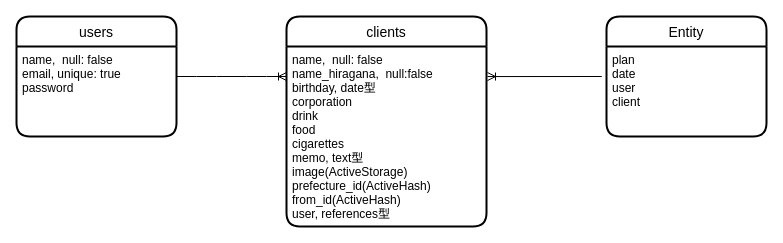
This is config/cmt.dio from lavie666/cmt_35232, a draw.io file, before an edit. Source tidied: cells renumbered, new cells numbered last; positions are measured from the earlier drawing's top-left corner, leaving out a move shared by most shapes. Both pictures are drawn from the tidied source at 100%, with x=0, y=0 at pixel (16, 16).
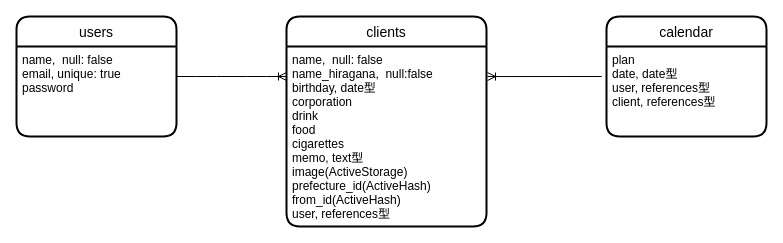
The same page after the edit.

The edit, as a diff of the source:
```diff
@@
 <mxGraphModel>
   <root>
     <mxCell id="0" />
     <mxCell id="1" parent="0" />
     <mxCell id="2" value="users" style="swimlane;horizontal=1;startSize=30;rounded=1;fontSize=14;fontStyle=0;strokeWidth=2;shadow=0;dashed=0;align=center;" parent="1" vertex="1">
       <mxGeometry width="160" height="120" as="geometry" />
     </mxCell>
     <mxCell id="3" value="name,  null: false&#10;email, unique: true&#10;password" style="align=left;strokeColor=none;fillColor=none;spacingLeft=4;fontSize=12;verticalAlign=top;" parent="2" vertex="1">
       <mxGeometry y="30" width="160" height="90" as="geometry" />
     </mxCell>
     <mxCell id="4" value="clients" style="swimlane;horizontal=1;startSize=30;rounded=1;fontSize=14;fontStyle=0;strokeWidth=2;shadow=0;dashed=0;align=center;" parent="1" vertex="1">
       <mxGeometry x="270" width="200" height="210" as="geometry" />
     </mxCell>
     <mxCell id="5" value="name,  null: false&#10;name_hiragana,  null:false&#10;birthday, date型&#10;corporation&#10;drink&#10;food&#10;cigarettes&#10;memo, text型&#10;image(ActiveStorage)&#10;prefecture_id(ActiveHash)&#10;from_id(ActiveHash)&#10;user, references型" style="align=left;strokeColor=none;fillColor=none;spacingLeft=4;fontSize=12;verticalAlign=top;" parent="4" vertex="1">
       <mxGeometry y="30" width="200" height="180" as="geometry" />
     </mxCell>
     <mxCell id="6" style="edgeStyle=entityRelationEdgeStyle;fontSize=12;html=1;endArrow=ERoneToMany;" parent="1" edge="1">
       <mxGeometry relative="1" as="geometry">
         <mxPoint x="160" y="60" as="sourcePoint" />
         <mxPoint x="270" y="60" as="targetPoint" />
       </mxGeometry>
     </mxCell>
     <mxCell id="7" style="edgeStyle=entityRelationEdgeStyle;fontSize=12;html=1;endArrow=ERoneToMany;entryX=1.005;entryY=0.167;entryDx=0;entryDy=0;entryPerimeter=0;" parent="1" edge="1" target="5">
       <mxGeometry relative="1" as="geometry">
         <mxPoint x="560" y="60" as="sourcePoint" />
       </mxGeometry>
     </mxCell>
-    <mxCell id="8" value="Entity" style="swimlane;horizontal=1;startSize=30;rounded=1;fontSize=14;fontStyle=0;strokeWidth=2;shadow=0;dashed=0;align=center;" parent="1" vertex="1">
+    <mxCell id="8" value="calendar" style="swimlane;horizontal=1;startSize=30;rounded=1;fontSize=14;fontStyle=0;strokeWidth=2;shadow=0;dashed=0;align=center;" parent="1" vertex="1">
       <mxGeometry x="590" width="160" height="120" as="geometry" />
     </mxCell>
-    <mxCell id="9" value="plan&#10;date&#10;user&#10;client" style="align=left;strokeColor=none;fillColor=none;spacingLeft=4;fontSize=12;verticalAlign=top;" parent="8" vertex="1">
+    <mxCell id="9" value="plan&#10;date, date型&#10;user, references型&#10;client, references型" style="align=left;strokeColor=none;fillColor=none;spacingLeft=4;fontSize=12;verticalAlign=top;" parent="8" vertex="1">
       <mxGeometry y="30" width="160" height="90" as="geometry" />
     </mxCell>
   </root>
 </mxGraphModel>
```
